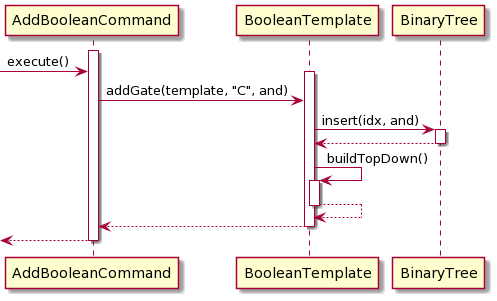
Earlier version of the PlantUML export docs/diagrams/AddBooleanCommand.png (sevenseasofbri/tp).
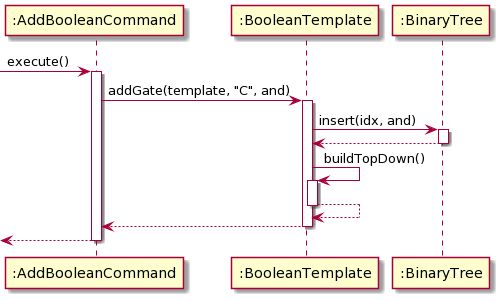
After the commit.

Change to the diagram source:
```diff
@@ -1,27 +1,25 @@
 @startuml
-activate AddBooleanCommand
+[-> ":AddBooleanCommand" : execute()
+activate ":AddBooleanCommand"
 
-->AddBooleanCommand: execute()
+":AddBooleanCommand" -> ":BooleanTemplate": addGate(template, "C", and)
+activate ":BooleanTemplate"
 
-activate BooleanTemplate
-AddBooleanCommand -> BooleanTemplate: addGate(template, "C", and)
+":BooleanTemplate" -> ":BinaryTree" : insert(idx, and)
+activate ":BinaryTree"
 
+":BinaryTree" --> ":BooleanTemplate"
+deactivate ":BinaryTree"
 
-BooleanTemplate -> BinaryTree : insert(idx, and)
-activate BinaryTree
+":BooleanTemplate" -> ":BooleanTemplate" : buildTopDown()
+activate ":BooleanTemplate"
 
-BinaryTree --> BooleanTemplate
-deactivate BinaryTree
+":BooleanTemplate" --> ":BooleanTemplate"
+deactivate ":BooleanTemplate"
 
-BooleanTemplate -> BooleanTemplate : buildTopDown()
-activate BooleanTemplate
+":BooleanTemplate" --> ":AddBooleanCommand"
+deactivate ":BooleanTemplate"
 
-BooleanTemplate --> BooleanTemplate
-deactivate BooleanTemplate
-
-BooleanTemplate --> AddBooleanCommand
-deactivate BooleanTemplate
-
-<-- AddBooleanCommand
-deactivate AddBooleanCommand
+[<-- ":AddBooleanCommand"
+deactivate ":AddBooleanCommand"
 @enduml
```
